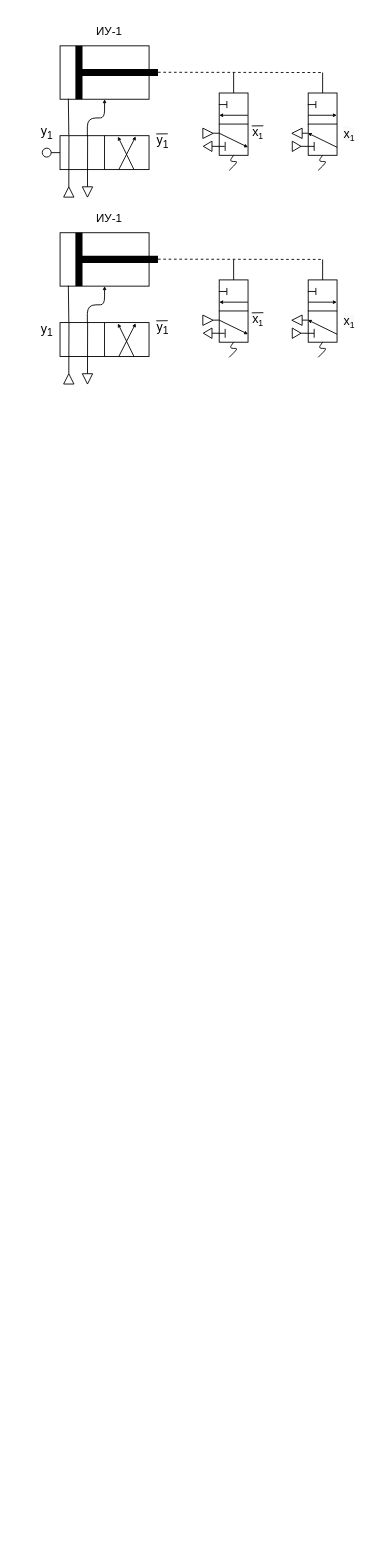
Sergei40/intro keeps this draw.io diagram as Диаграмма без названия.drawio. Above is the earlier version. Source tidied: cells renumbered, new cells numbered last; positions are measured from the earlier drawing's top-left corner, leaving out a move shared by most shapes. Both pictures are drawn from the tidied source at 89%, with x=0, y=0 at pixel (24, 19).
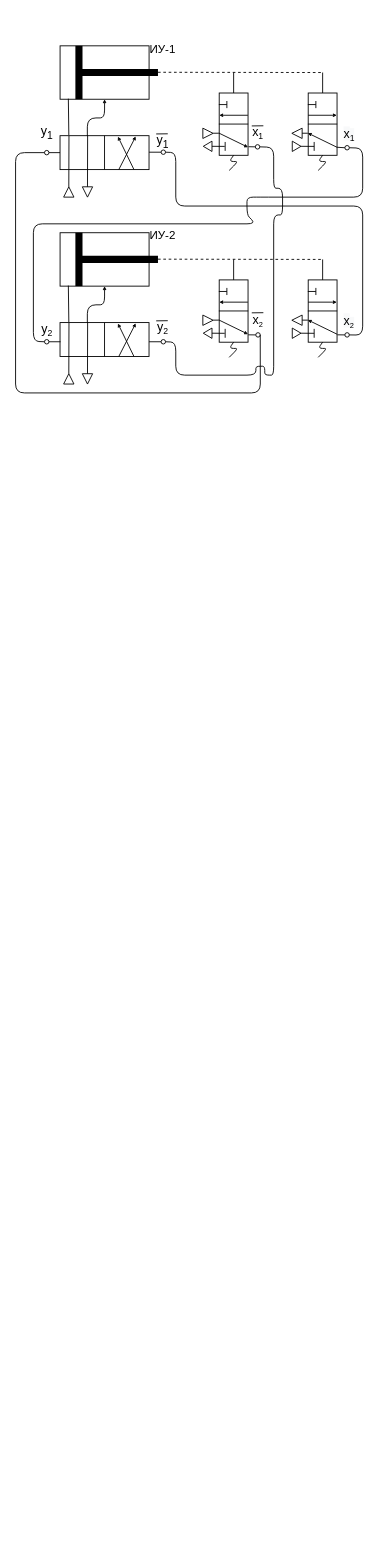
Above is the later version.

Unchanged cells that the change refers to:
```xml
<mxCell id="21" style="group;rotation=90;" parent="20" vertex="1">
  <mxGeometry x="-7.5" y="7.5" width="85" height="70" as="geometry" />
</mxCell>
<mxCell id="22" style="rounded=0;whiteSpace=wrap;html=1;strokeWidth=1;rotation=180;" parent="21" vertex="1">
  <mxGeometry x="26.4" width="32.4" height="70" as="geometry" />
</mxCell>
<mxCell id="41" style="rounded=0;whiteSpace=wrap;html=1;strokeWidth=1;rotation=180;" parent="40" vertex="1">
  <mxGeometry x="26.4" width="32.4" height="70" as="geometry" />
</mxCell>
<mxCell id="77" style="group;rotation=90;" parent="76" vertex="1">
  <mxGeometry x="-7.5" y="7.5" width="85" height="70" as="geometry" />
</mxCell>
<mxCell id="94" style="group;rotation=90;" parent="93" vertex="1">
  <mxGeometry x="-7.5" y="7.5" width="85" height="70" as="geometry" />
</mxCell>
```

The edit, as a diff of the source:
```diff
@@
     <mxCell id="18" value="&lt;span style=&quot;font-weight: normal&quot;&gt;&lt;font style=&quot;font-size: 13px&quot;&gt;ИУ-1&lt;/font&gt;&lt;/span&gt;" style="text;strokeColor=none;fillColor=none;html=1;fontSize=24;fontStyle=1;verticalAlign=middle;align=center;" parent="1" vertex="1">
-      <mxGeometry x="70" width="50" height="20" as="geometry" />
+      <mxGeometry x="130" y="20" width="50" height="20" as="geometry" />
     </mxCell>
@@
+    <mxCell id="114" style="group;" parent="21" vertex="1">
+      <mxGeometry x="67" y="58" width="5" height="5" as="geometry" />
+    </mxCell>
+    <mxCell id="115" style="ellipse;whiteSpace=wrap;html=1;strokeWidth=1;" parent="114" vertex="1">
+      <mxGeometry width="5" height="5" as="geometry" />
+    </mxCell>
+    <mxCell id="116" style="endArrow=none;html=1;startSize=4;endSize=2;exitX=-0.017;exitY=0.138;exitDx=0;exitDy=0;exitPerimeter=0;entryX=0;entryY=0.5;entryDx=0;entryDy=0;" parent="114" edge="1" source="22" target="115">
+      <mxGeometry relative="1" as="geometry" />
+    </mxCell>
@@
-    <mxCell id="74" value="&lt;span style=&quot;font-weight: normal&quot;&gt;&lt;font style=&quot;font-size: 13px&quot;&gt;ИУ-1&lt;/font&gt;&lt;/span&gt;" style="text;strokeColor=none;fillColor=none;html=1;fontSize=24;fontStyle=1;verticalAlign=middle;align=center;" parent="1" vertex="1">
-      <mxGeometry x="70" y="210" width="50" height="20" as="geometry" />
+    <mxCell id="74" value="&lt;span style=&quot;font-weight: normal&quot;&gt;&lt;font style=&quot;font-size: 13px&quot;&gt;ИУ-2&lt;/font&gt;&lt;/span&gt;" style="text;strokeColor=none;fillColor=none;html=1;fontSize=24;fontStyle=1;verticalAlign=middle;align=center;" parent="1" vertex="1">
+      <mxGeometry x="130" y="230" width="50" height="20" as="geometry" />
     </mxCell>
@@
-    <mxCell id="87" value="&lt;font style=&quot;font-size: 14px&quot;&gt;x&lt;/font&gt;&lt;font style=&quot;font-size: 11.6667px&quot;&gt;&lt;sub&gt;1&lt;/sub&gt;&lt;/font&gt;" style="text;html=1;align=center;verticalAlign=middle;points=[];strokeColor=none;" parent="77" vertex="1">
+    <mxCell id="87" value="&lt;font style=&quot;font-size: 14px&quot;&gt;x&lt;/font&gt;&lt;font size=&quot;1&quot;&gt;&lt;sub&gt;2&lt;/sub&gt;&lt;/font&gt;" style="text;html=1;align=center;verticalAlign=middle;points=[];strokeColor=none;" parent="77" vertex="1">
       <mxGeometry x="55" y="35.3" width="30" height="20" as="geometry" />
     </mxCell>
@@
+    <mxCell id="117" style="ellipse;whiteSpace=wrap;html=1;strokeWidth=1;" parent="77" vertex="1">
+      <mxGeometry x="67.5" y="59.3" width="5" height="5" as="geometry" />
+    </mxCell>
+    <mxCell id="118" style="endArrow=none;html=1;startSize=4;endSize=2;exitX=0;exitY=0.5;exitDx=0;exitDy=0;" parent="77" edge="1" source="117">
+      <mxGeometry relative="1" as="geometry">
+        <mxPoint x="59" y="61.7" as="targetPoint" />
+      </mxGeometry>
+    </mxCell>
@@
-    <mxCell id="90" value="&lt;span style=&quot;font-size: 14px ; font-weight: 400&quot;&gt;y&lt;sub&gt;1&lt;/sub&gt;&lt;/span&gt;" style="text;strokeColor=none;fillColor=none;html=1;fontSize=24;fontStyle=1;verticalAlign=middle;align=center;" parent="1" vertex="1">
+    <mxCell id="90" value="&lt;span style=&quot;font-size: 14px ; font-weight: 400&quot;&gt;y&lt;/span&gt;&lt;span style=&quot;font-weight: 400 ; font-size: 11.6667px&quot;&gt;&lt;sub&gt;2&lt;/sub&gt;&lt;/span&gt;" style="text;strokeColor=none;fillColor=none;html=1;fontSize=24;fontStyle=1;verticalAlign=middle;align=center;" parent="1" vertex="1">
       <mxGeometry y="331.8" width="50" height="25.5" as="geometry" />
     </mxCell>
-    <mxCell id="91" value="&lt;font style=&quot;font-size: 14px&quot;&gt;y&lt;sub&gt;1&lt;/sub&gt;&lt;/font&gt;" style="text;html=1;align=center;verticalAlign=middle;points=[];strokeColor=none;" parent="1" vertex="1">
+    <mxCell id="91" value="&lt;font style=&quot;font-size: 14px&quot;&gt;y&lt;/font&gt;&lt;font style=&quot;font-size: 11.6667px&quot;&gt;&lt;sub&gt;2&lt;/sub&gt;&lt;/font&gt;" style="text;html=1;align=center;verticalAlign=middle;points=[];strokeColor=none;" parent="1" vertex="1">
       <mxGeometry x="140" y="337.3" width="30" height="20" as="geometry" />
     </mxCell>
@@
-    <mxCell id="104" value="&lt;font style=&quot;color: rgb(0, 0, 0); font-family: helvetica; font-style: normal; font-weight: 400; letter-spacing: normal; text-align: center; text-indent: 0px; text-transform: none; word-spacing: 0px; background-color: rgb(248, 249, 250); font-size: 14px;&quot;&gt;x&lt;/font&gt;&lt;font style=&quot;color: rgb(0, 0, 0); font-family: helvetica; font-style: normal; font-weight: 400; letter-spacing: normal; text-align: center; text-indent: 0px; text-transform: none; word-spacing: 0px; background-color: rgb(248, 249, 250); font-size: 11.6667px;&quot;&gt;&lt;sub&gt;1&lt;/sub&gt;&lt;/font&gt;" style="text;whiteSpace=wrap;html=1;" parent="94" vertex="1">
+    <mxCell id="104" value="&lt;font style=&quot;color: rgb(0 , 0 , 0) ; font-family: &amp;#34;helvetica&amp;#34; ; font-style: normal ; font-weight: 400 ; letter-spacing: normal ; text-align: center ; text-indent: 0px ; text-transform: none ; word-spacing: 0px ; background-color: rgb(248 , 249 , 250) ; font-size: 14px&quot;&gt;x&lt;/font&gt;&lt;font style=&quot;color: rgb(0 , 0 , 0) ; font-family: &amp;#34;helvetica&amp;#34; ; font-style: normal ; font-weight: 400 ; letter-spacing: normal ; text-align: center ; text-indent: 0px ; text-transform: none ; word-spacing: 0px ; background-color: rgb(248 , 249 , 250)&quot; size=&quot;1&quot;&gt;&lt;sub&gt;2&lt;/sub&gt;&lt;/font&gt;" style="text;whiteSpace=wrap;html=1;" parent="94" vertex="1">
       <mxGeometry x="65" y="31.1" width="20" height="20" as="geometry" />
     </mxCell>
@@
     <mxCell id="112" style="ellipse;whiteSpace=wrap;html=1;strokeWidth=1;" parent="1" vertex="1">
-      <mxGeometry x="20" y="145" width="10" height="10" as="geometry" />
+      <mxGeometry x="22.5" y="147.5" width="5" height="5" as="geometry" />
     </mxCell>
@@
+    <mxCell id="119" style="ellipse;whiteSpace=wrap;html=1;strokeWidth=1;" parent="1" vertex="1">
+      <mxGeometry x="360" y="142" width="5" height="5" as="geometry" />
+    </mxCell>
+    <mxCell id="120" style="endArrow=none;html=1;startSize=4;endSize=2;exitX=0.001;exitY=0.129;exitDx=0;exitDy=0;exitPerimeter=0;entryX=0;entryY=0.5;entryDx=0;entryDy=0;" parent="1" edge="1" source="41" target="119">
+      <mxGeometry relative="1" as="geometry" />
+    </mxCell>
+    <mxCell id="121" style="group;rotation=-180;" parent="1" vertex="1">
+      <mxGeometry x="140.5" y="147" width="17.5" height="5" as="geometry" />
+    </mxCell>
+    <mxCell id="122" style="ellipse;whiteSpace=wrap;html=1;strokeWidth=1;rotation=-180;" parent="121" vertex="1">
+      <mxGeometry x="13" width="5" height="5" as="geometry" />
+    </mxCell>
+    <mxCell id="123" style="endArrow=none;html=1;startSize=4;endSize=2;exitX=1;exitY=0.5;exitDx=0;exitDy=0;" parent="121" edge="1" source="122">
+      <mxGeometry relative="1" as="geometry">
+        <mxPoint x="-0.5" y="2.5" as="targetPoint" />
+      </mxGeometry>
+    </mxCell>
+    <mxCell id="124" style="ellipse;whiteSpace=wrap;html=1;strokeWidth=1;" parent="1" vertex="1">
+      <mxGeometry x="360" y="352.3" width="5" height="5" as="geometry" />
+    </mxCell>
+    <mxCell id="125" style="endArrow=none;html=1;startSize=4;endSize=2;exitX=0;exitY=0.5;exitDx=0;exitDy=0;" parent="1" edge="1" source="124">
+      <mxGeometry relative="1" as="geometry">
+        <mxPoint x="351.5" y="354.7" as="targetPoint" />
+      </mxGeometry>
+    </mxCell>
+    <mxCell id="126" style="endArrow=none;html=1;startSize=4;endSize=2;exitX=1;exitY=0.5;exitDx=0;exitDy=0;entryX=0;entryY=0.5;entryDx=0;entryDy=0;" parent="1" edge="1" source="117" target="112">
+      <mxGeometry relative="1" as="geometry">
+        <Array as="points">
+          <mxPoint x="265" y="420" />
+          <mxPoint x="-10" y="420" />
+          <mxPoint x="-10" y="150" />
+        </Array>
+      </mxGeometry>
+    </mxCell>
+    <mxCell id="127" style="group;rotation=-180;" parent="1" vertex="1">
+      <mxGeometry x="140.5" y="360" width="17.5" height="5" as="geometry" />
+    </mxCell>
+    <mxCell id="128" style="ellipse;whiteSpace=wrap;html=1;strokeWidth=1;rotation=-180;" parent="127" vertex="1">
+      <mxGeometry x="13" width="5" height="5" as="geometry" />
+    </mxCell>
+    <mxCell id="129" style="endArrow=none;html=1;startSize=4;endSize=2;exitX=1;exitY=0.5;exitDx=0;exitDy=0;" parent="127" edge="1" source="128">
+      <mxGeometry relative="1" as="geometry">
+        <mxPoint x="-0.5" y="2.5" as="targetPoint" />
+      </mxGeometry>
+    </mxCell>
+    <mxCell id="130" style="group;rotation=0;" parent="1" vertex="1">
+      <mxGeometry x="22.5" y="360" width="17.5" height="5" as="geometry" />
+    </mxCell>
+    <mxCell id="131" style="ellipse;whiteSpace=wrap;html=1;strokeWidth=1;rotation=0;" parent="130" vertex="1">
+      <mxGeometry width="5" height="5" as="geometry" />
+    </mxCell>
+    <mxCell id="132" style="endArrow=none;html=1;startSize=4;endSize=2;exitX=1;exitY=0.5;exitDx=0;exitDy=0;" parent="130" edge="1" source="131">
+      <mxGeometry relative="1" as="geometry">
+        <mxPoint x="18" y="2.5" as="targetPoint" />
+      </mxGeometry>
+    </mxCell>
+    <mxCell id="133" style="endArrow=none;html=1;startSize=4;endSize=2;exitX=1;exitY=0.5;exitDx=0;exitDy=0;entryX=0;entryY=0.5;entryDx=0;entryDy=0;" parent="1" edge="1" source="124" target="122">
+      <mxGeometry relative="1" as="geometry">
+        <Array as="points">
+          <mxPoint x="380" y="355" />
+          <mxPoint x="380" y="210" />
+          <mxPoint x="170" y="210" />
+          <mxPoint x="170" y="150" />
+        </Array>
+      </mxGeometry>
+    </mxCell>
+    <mxCell id="134" style="endArrow=none;html=1;startSize=4;endSize=2;exitX=0;exitY=0.5;exitDx=0;exitDy=0;entryX=1;entryY=0.5;entryDx=0;entryDy=0;" parent="1" edge="1" source="131" target="119">
+      <mxGeometry relative="1" as="geometry">
+        <Array as="points">
+          <mxPoint x="10" y="362" />
+          <mxPoint x="10" y="230" />
+          <mxPoint x="260" y="230" />
+          <mxPoint x="250" y="220" />
+          <mxPoint x="250" y="200" />
+          <mxPoint x="264" y="200" />
+          <mxPoint x="380" y="200" />
+          <mxPoint x="380" y="145" />
+        </Array>
+      </mxGeometry>
+    </mxCell>
+    <mxCell id="135" style="endArrow=none;html=1;startSize=4;endSize=2;entryX=1;entryY=0.5;entryDx=0;entryDy=0;exitX=0;exitY=0.5;exitDx=0;exitDy=0;" parent="1" edge="1" source="128" target="115">
+      <mxGeometry relative="1" as="geometry">
+        <Array as="points">
+          <mxPoint x="170" y="363" />
+          <mxPoint x="170" y="400" />
+          <mxPoint x="260" y="400" />
+          <mxPoint x="260" y="390" />
+          <mxPoint x="270" y="390" />
+          <mxPoint x="270" y="400" />
+          <mxPoint x="280" y="400" />
+          <mxPoint x="280" y="220" />
+          <mxPoint x="290" y="220" />
+          <mxPoint x="290" y="190" />
+          <mxPoint x="280" y="190" />
+          <mxPoint x="280" y="144" />
+        </Array>
+      </mxGeometry>
+    </mxCell>
```
